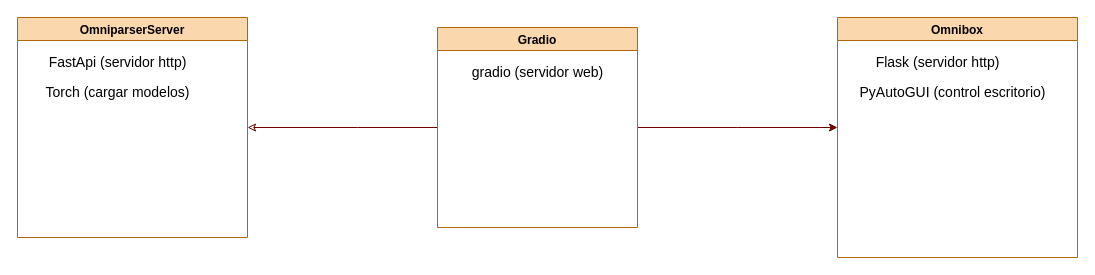
Before: Arquitectura.drawio in Ever-417/Interfaz_Agente-Computadora, a draw.io diagram. Source tidied: cells renumbered, new cells numbered last; positions are measured from the earlier drawing's top-left corner, leaving out a move shared by most shapes. Both pictures are drawn from the tidied source at 100%, with x=0, y=0 at pixel (17, 17).
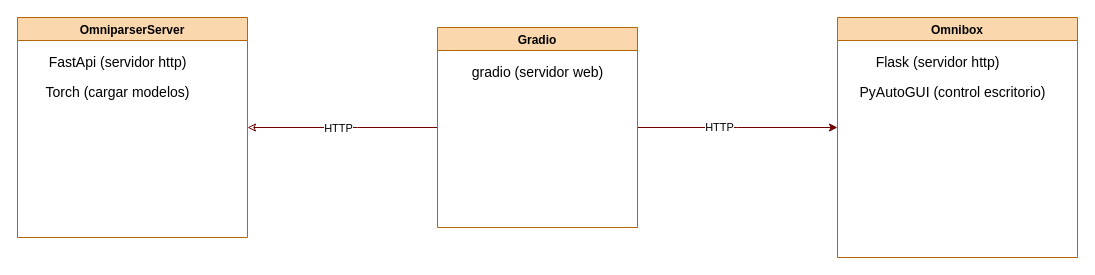
The same diagram, later.

What changed in the source:
```diff
@@
 <mxGraphModel>
   <root>
     <mxCell id="0" />
     <mxCell id="1" parent="0" />
     <mxCell id="2" style="edgeStyle=orthogonalEdgeStyle;rounded=0;jettySize=auto;html=1;entryX=0;entryY=0.5;entryDx=0;entryDy=0;startArrow=classic;startFill=0;endArrow=none;endFill=1;fillColor=#a20025;strokeColor=#6F0000;" parent="1" edge="1" source="3" target="10">
       <mxGeometry relative="1" as="geometry">
         <Array as="points">
           <mxPoint x="340" y="110" />
           <mxPoint x="340" y="110" />
         </Array>
       </mxGeometry>
     </mxCell>
+    <mxCell id="12" value="HTTP" style="edgeLabel;html=1;align=center;verticalAlign=middle;" parent="2" vertex="1">
+      <mxGeometry x="-0.29" y="-3" relative="1" as="geometry">
+        <mxPoint x="23" y="-3" as="offset" />
+      </mxGeometry>
+    </mxCell>
     <mxCell id="3" value="OmniparserServer" style="swimlane;startSize=23;fillColor=#fad7ac;strokeColor=#b46504;" parent="1" vertex="1">
       <mxGeometry width="230" height="220" as="geometry" />
     </mxCell>
     <mxCell id="4" value="FastApi (servidor http)" style="text;html=1;align=center;verticalAlign=middle;strokeColor=none;fillColor=none;rounded=0;fontSize=14;" parent="3" vertex="1">
       <mxGeometry x="20" y="30" width="160" height="30" as="geometry" />
     </mxCell>
     <mxCell id="5" value="Torch (cargar modelos)" style="text;html=1;align=center;verticalAlign=middle;strokeColor=none;fillColor=none;fontSize=14;" parent="3" vertex="1">
       <mxGeometry x="15" y="60" width="170" height="30" as="geometry" />
     </mxCell>
     <mxCell id="6" value="Omnibox" style="swimlane;startSize=23;fillColor=#fad7ac;strokeColor=#b46504;" parent="1" vertex="1">
       <mxGeometry x="820" width="240" height="240" as="geometry" />
     </mxCell>
     <mxCell id="7" value="PyAutoGUI (control escritorio)" style="text;html=1;align=center;verticalAlign=middle;strokeColor=none;fillColor=none;fontSize=14;" parent="6" vertex="1">
       <mxGeometry x="10" y="60" width="210" height="30" as="geometry" />
     </mxCell>
     <mxCell id="8" value="Flask (servidor http)" style="text;html=1;align=center;verticalAlign=middle;strokeColor=none;fillColor=none;fontSize=14;" parent="6" vertex="1">
       <mxGeometry x="25" y="30" width="150" height="30" as="geometry" />
     </mxCell>
     <mxCell id="9" style="edgeStyle=orthogonalEdgeStyle;rounded=0;jettySize=auto;html=1;startArrow=none;startFill=0;fillColor=#a20025;strokeColor=#6F0000;" parent="1" edge="1" source="10">
       <mxGeometry relative="1" as="geometry">
         <mxPoint x="820" y="110" as="targetPoint" />
       </mxGeometry>
     </mxCell>
+    <mxCell id="13" value="HTTP" style="edgeLabel;html=1;align=center;verticalAlign=middle;" parent="9" vertex="1">
+      <mxGeometry x="-0.19" y="1" relative="1" as="geometry" />
+    </mxCell>
     <mxCell id="10" value="Gradio" style="swimlane;fillColor=#fad7ac;strokeColor=#b46504;" parent="1" vertex="1">
       <mxGeometry x="420" y="10" width="200" height="200" as="geometry" />
     </mxCell>
     <mxCell id="11" value="gradio (servidor web)" style="text;html=1;align=center;verticalAlign=middle;strokeColor=none;fillColor=none;fontSize=14;" parent="10" vertex="1">
       <mxGeometry x="25" y="30" width="150" height="30" as="geometry" />
     </mxCell>
   </root>
 </mxGraphModel>
```
